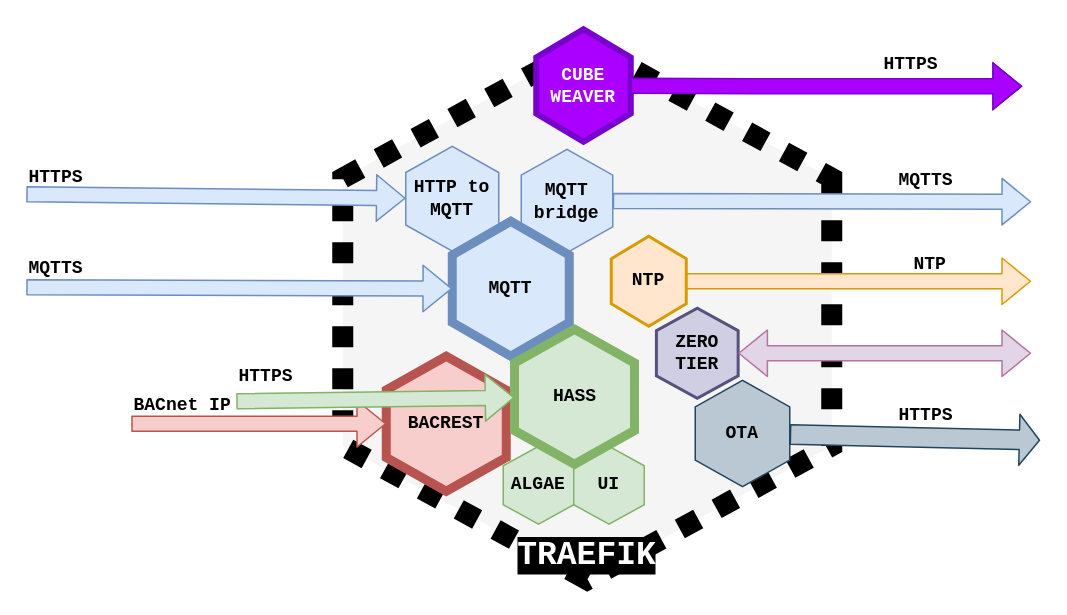
EnigmaAlgorithms/enigmaalgorithms.github.io keeps this draw.io diagram as cube_internal.drawio. Above is the earlier version. Source tidied: cells renumbered, new cells numbered last; positions are measured from the earlier drawing's top-left corner, leaving out a move shared by most shapes. Both pictures are drawn from the tidied source at 150%, with x=0, y=0 at pixel (26, 28).
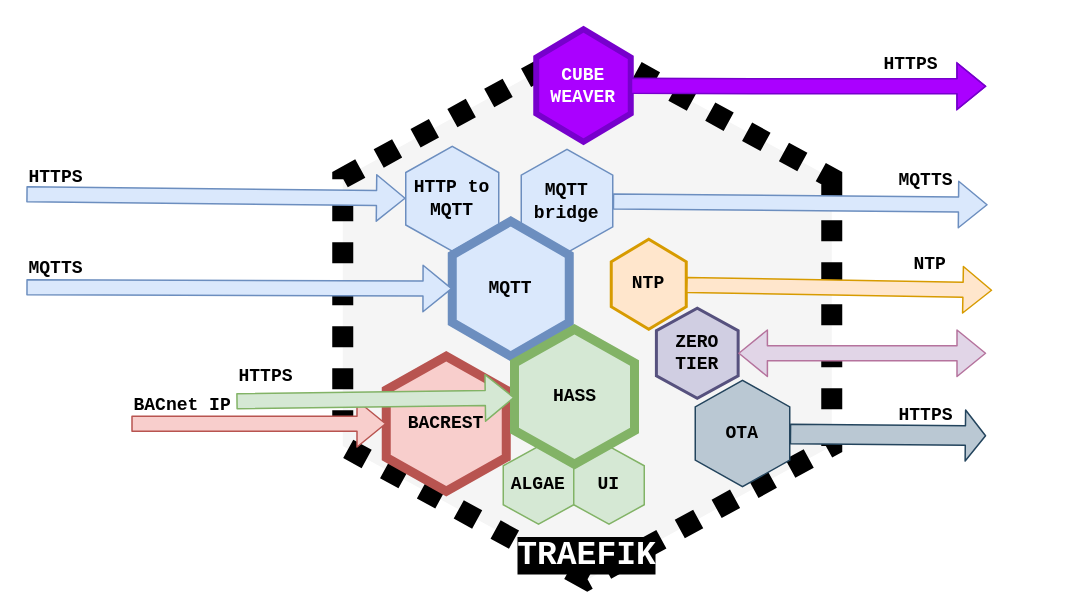
The same diagram, later.

Commit message:
output lengths

Unchanged cells that the change refers to:
```xml
<mxCell id="6" value="&lt;div&gt;MQTT&lt;/div&gt;&lt;div&gt;bridge&lt;br&gt;&lt;/div&gt;" style="shape=hexagon;perimeter=hexagonPerimeter2;whiteSpace=wrap;html=1;direction=south;fillColor=#dae8fc;strokeColor=#6c8ebf;fontFamily=Courier New;fontStyle=1;fontColor=#000000;" parent="1" vertex="1">
  <mxGeometry x="330" y="80" width="61" height="69" as="geometry" />
</mxCell>
<mxCell id="20" value="&lt;div&gt;ZERO&lt;/div&gt;&lt;div&gt;TIER&lt;/div&gt;" style="shape=hexagon;perimeter=hexagonPerimeter2;whiteSpace=wrap;html=1;direction=south;fillColor=#d0cee2;strokeColor=#56517e;fontFamily=Courier New;fontStyle=1;fontColor=#000000;strokeWidth=2;" parent="1" vertex="1">
  <mxGeometry x="420.1" y="186" width="54.5" height="60" as="geometry" />
</mxCell>
<mxCell id="21" value="&lt;div&gt;CUBE&lt;/div&gt;&lt;div&gt;WEAVER&lt;br&gt;&lt;/div&gt;" style="shape=hexagon;perimeter=hexagonPerimeter2;whiteSpace=wrap;html=1;direction=south;fillColor=#aa00ff;strokeColor=#7700CC;fontFamily=Courier New;fontStyle=1;fontColor=#ffffff;strokeWidth=4;" parent="1" vertex="1">
  <mxGeometry x="340" width="63" height="75" as="geometry" />
</mxCell>
<mxCell id="23" value="OTA" style="shape=hexagon;perimeter=hexagonPerimeter2;whiteSpace=wrap;html=1;direction=south;fillColor=#bac8d3;strokeColor=#23445d;fontFamily=Courier New;fontStyle=1;fontColor=#000000;" parent="1" vertex="1">
  <mxGeometry x="446" y="234" width="63" height="71" as="geometry" />
</mxCell>
<mxCell id="24" value="&lt;b&gt;HTTPS&lt;/b&gt;" style="text;html=1;fontFamily=Courier New;fontColor=#000000;" parent="1" vertex="1">
  <mxGeometry x="580" y="244" width="90" height="30" as="geometry" />
</mxCell>
<mxCell id="26" value="&lt;div&gt;&lt;b&gt;NTP&lt;/b&gt;&lt;/div&gt;" style="text;html=1;fontFamily=Courier New;fontColor=#000000;" parent="1" vertex="1">
  <mxGeometry x="590" y="143" width="60" height="30" as="geometry" />
</mxCell>
```

Diff of the diagram source:
```diff
@@
     <mxCell id="4" value="NTP" style="shape=hexagon;perimeter=hexagonPerimeter2;whiteSpace=wrap;html=1;direction=south;fillColor=#ffe6cc;strokeColor=#d79b00;fontFamily=Courier New;fontStyle=1;fontColor=#000000;strokeWidth=2;" parent="1" vertex="1">
-      <mxGeometry x="390" y="138" width="50" height="60" as="geometry" />
+      <mxGeometry x="390" y="140" width="50" height="60" as="geometry" />
     </mxCell>
     <mxCell id="5" style="shape=flexArrow;endArrow=classic;html=1;fillColor=#dae8fc;strokeColor=#6c8ebf;fontFamily=Courier New;fontStyle=1;fontColor=#000000;" parent="1" edge="1" source="6">
       <mxGeometry relative="1" as="geometry">
-        <mxPoint x="670" y="115" as="targetPoint" />
+        <mxPoint x="641" y="117" as="targetPoint" />
       </mxGeometry>
     </mxCell>
@@
-    <mxCell id="22" style="shape=flexArrow;endArrow=classic;html=1;fillColor=#bac8d3;strokeColor=#23445d;width=13;endSize=4.15;fontFamily=Courier New;fontStyle=1;fontColor=#000000;" parent="1" edge="1" source="23">
-      <mxGeometry relative="1" as="geometry">
-        <mxPoint x="676" y="274" as="targetPoint" />
-      </mxGeometry>
+    <mxCell id="22" style="shape=flexArrow;endArrow=classic;html=1;fillColor=#bac8d3;strokeColor=#23445d;width=13;endSize=4.15;fontFamily=Courier New;fontStyle=1;fontColor=#000000;entryX=0.667;entryY=0.9;entryDx=0;entryDy=0;entryPerimeter=0;" parent="1" edge="1" source="23" target="24">
+      <mxGeometry relative="1" as="geometry" />
     </mxCell>
@@
-    <mxCell id="25" style="shape=flexArrow;endArrow=classic;html=1;fontFamily=Courier New;fontColor=#000000;fillColor=#ffe6cc;strokeColor=#d79b00;" parent="1" edge="1" source="4">
-      <mxGeometry relative="1" as="geometry">
-        <mxPoint x="670" y="168" as="targetPoint" />
-      </mxGeometry>
+    <mxCell id="25" style="shape=flexArrow;endArrow=classic;html=1;fontFamily=Courier New;fontColor=#000000;fillColor=#ffe6cc;strokeColor=#d79b00;entryX=0.9;entryY=1.033;entryDx=0;entryDy=0;entryPerimeter=0;" parent="1" edge="1" source="4" target="26">
+      <mxGeometry relative="1" as="geometry" />
     </mxCell>
@@
     <mxCell id="27" style="shape=flexArrow;endArrow=classic;startArrow=classic;html=1;fontFamily=Courier New;fontColor=#000000;fillColor=#e1d5e7;strokeColor=#B5739D;" parent="1" edge="1" source="20">
       <mxGeometry relative="1" as="geometry">
-        <mxPoint x="670" y="216" as="targetPoint" />
+        <mxPoint x="640" y="216" as="targetPoint" />
       </mxGeometry>
     </mxCell>
     <mxCell id="28" style="shape=flexArrow;endArrow=classic;html=1;strokeColor=#7700CC;fontFamily=Courier New;fontColor=#000000;fillColor=#aa00ff;" parent="1" edge="1" source="21">
       <mxGeometry relative="1" as="geometry">
-        <mxPoint x="664" y="38" as="targetPoint" />
+        <mxPoint x="640" y="38" as="targetPoint" />
         <Array as="points">
           <mxPoint x="484" y="38" />
         </Array>
       </mxGeometry>
     </mxCell>
```
